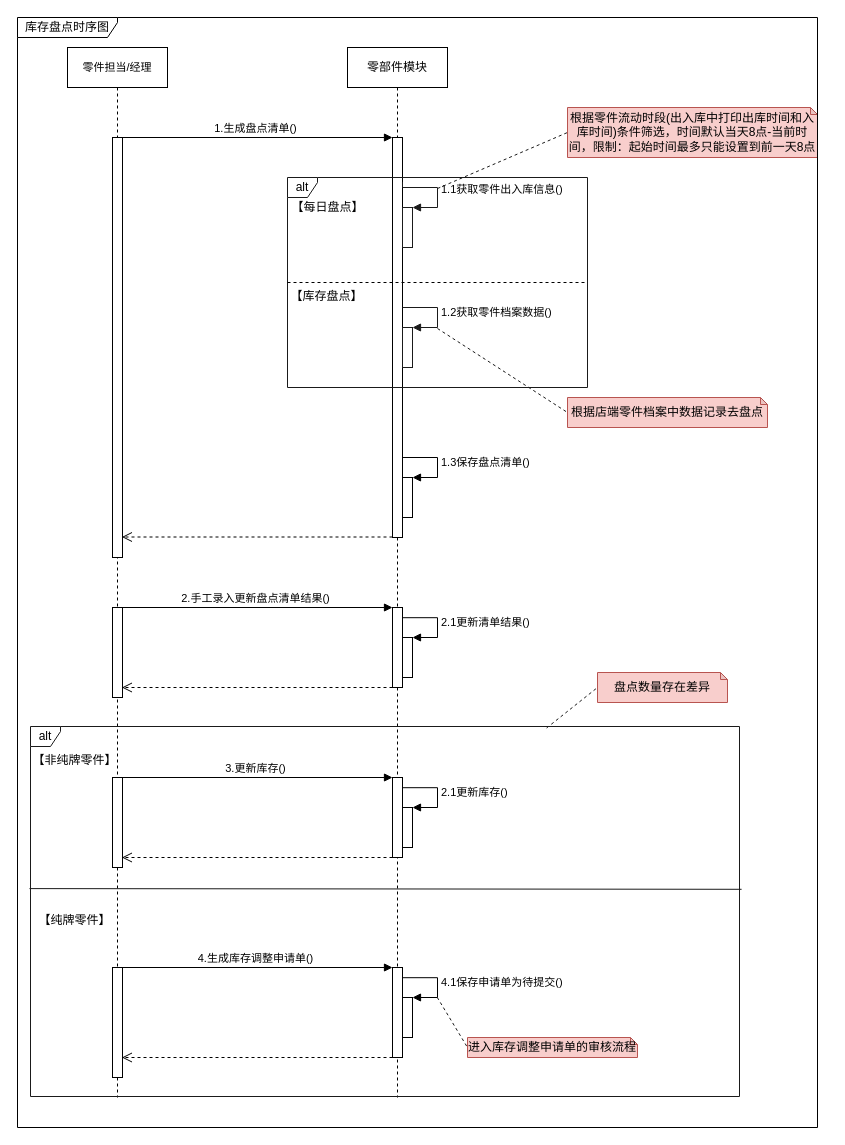
1132489442/gitRepository1 keeps this draw.io diagram as page "时序图" (1 of 6) of 库存管理-库存盘点.drawio. Above is the earlier version. Source tidied: cells renumbered, new cells numbered last; positions are measured from the earlier drawing's top-left corner, leaving out a move shared by most shapes. Both pictures are drawn from the tidied source at 100%, with x=0, y=0 at pixel (17, 17).
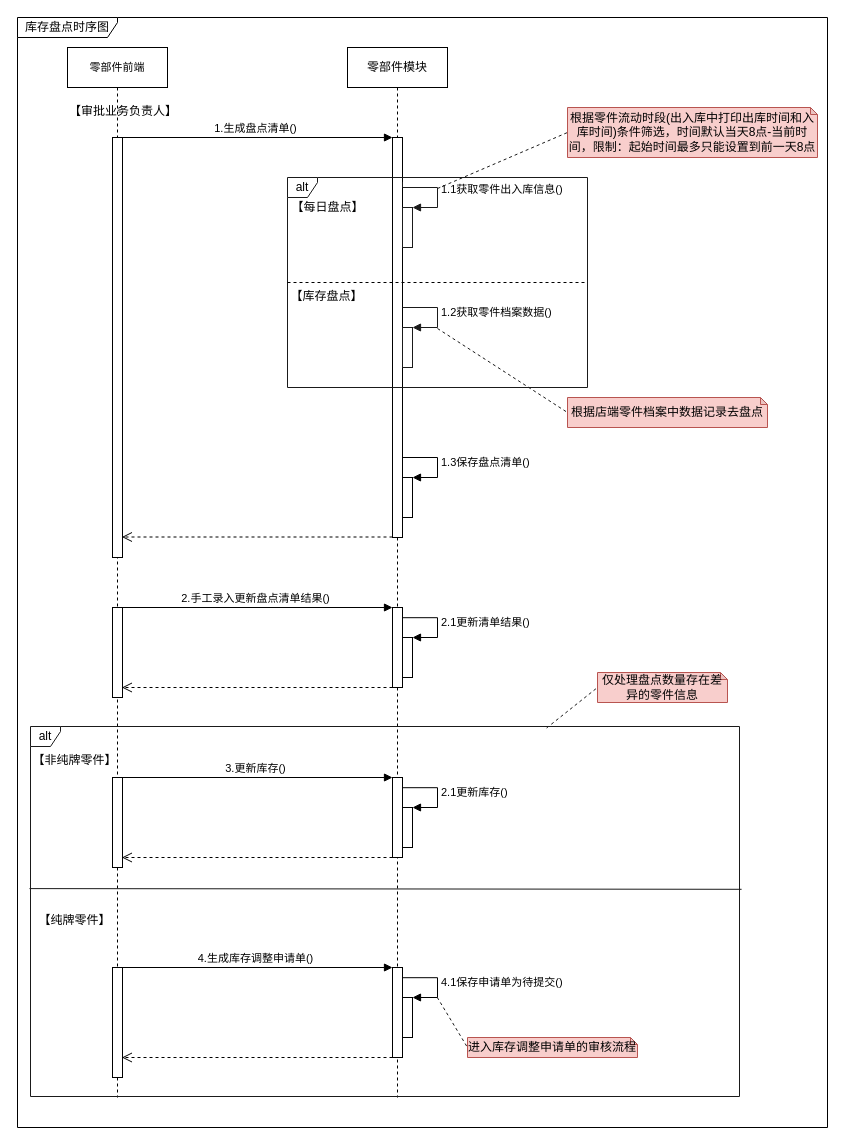
The same page after the edit.

What changed in the source:
```diff
@@
-    <mxCell id="2" value="&lt;span style=&quot;font-size: 11px ; background-color: rgb(255 , 255 , 255)&quot;&gt;零件担当/经理&lt;/span&gt;" style="shape=umlLifeline;perimeter=lifelinePerimeter;whiteSpace=wrap;html=1;" parent="1" vertex="1">
+    <mxCell id="2" value="&lt;span style=&quot;font-size: 11px ; background-color: rgb(255 , 255 , 255)&quot;&gt;零部件前端&lt;/span&gt;" style="shape=umlLifeline;perimeter=lifelinePerimeter;whiteSpace=wrap;html=1;" parent="1" vertex="1">
       <mxGeometry x="50" y="30" width="100" height="1050" as="geometry" />
     </mxCell>
@@
     <mxCell id="20" value="库存盘点时序图" style="shape=umlFrame;whiteSpace=wrap;html=1;fillColor=#FFFFFF;width=100;height=20;" parent="1" vertex="1">
-      <mxGeometry width="800" height="1110" as="geometry" />
+      <mxGeometry width="810" height="1110" as="geometry" />
     </mxCell>
@@
-    <mxCell id="43" value="盘点数量存在差异" style="shape=note;whiteSpace=wrap;html=1;backgroundOutline=1;darkOpacity=0.05;strokeColor=#b85450;fillColor=#f8cecc;size=7;" parent="1" vertex="1">
+    <mxCell id="43" value="仅处理盘点数量存在差异的零件信息" style="shape=note;whiteSpace=wrap;html=1;backgroundOutline=1;darkOpacity=0.05;strokeColor=#b85450;fillColor=#f8cecc;size=7;" parent="1" vertex="1">
       <mxGeometry x="580" y="655" width="130" height="30" as="geometry" />
     </mxCell>
@@
+    <mxCell id="49" value="【审批业务负责人】" style="text;whiteSpace=wrap;html=1;" parent="1" vertex="1">
+      <mxGeometry x="50" y="80" width="120" height="30" as="geometry" />
+    </mxCell>
```
